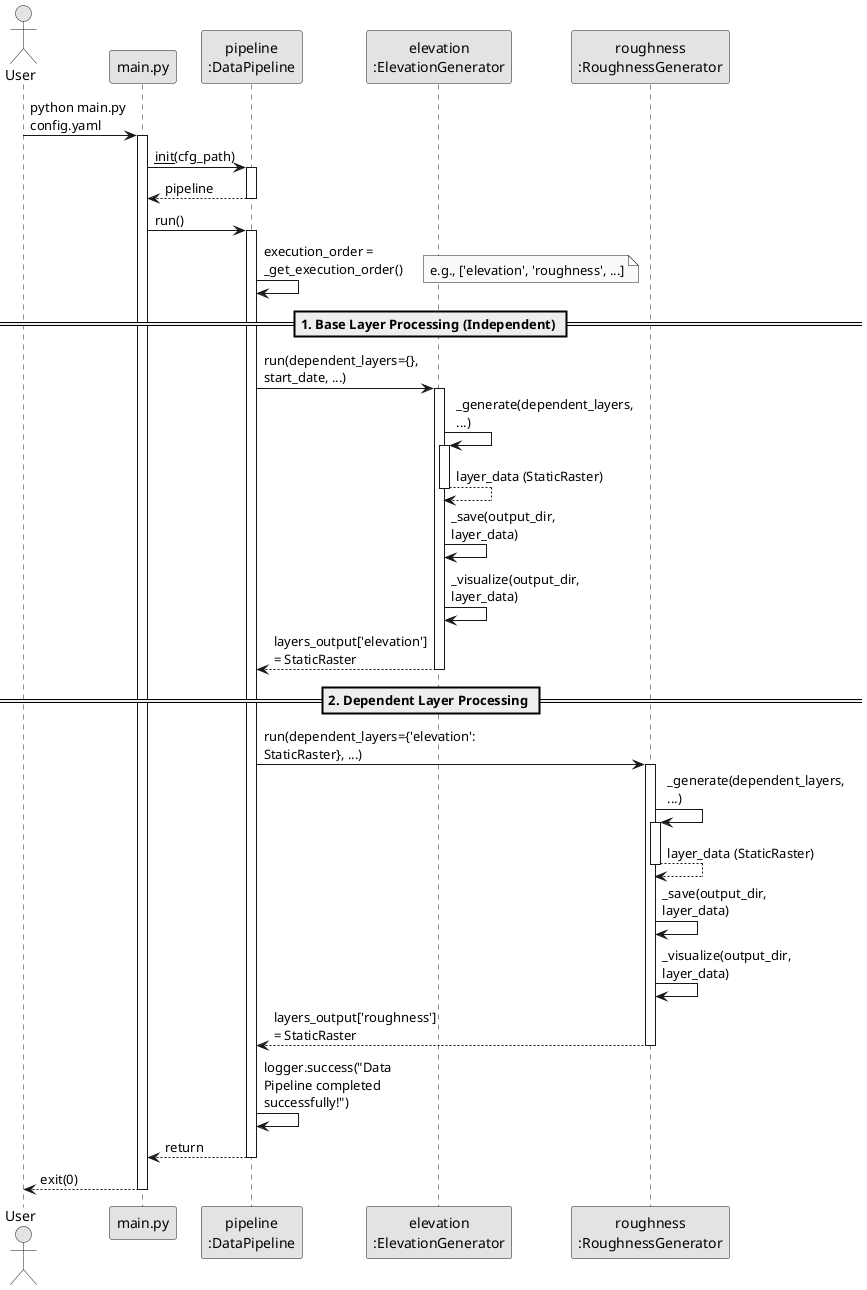
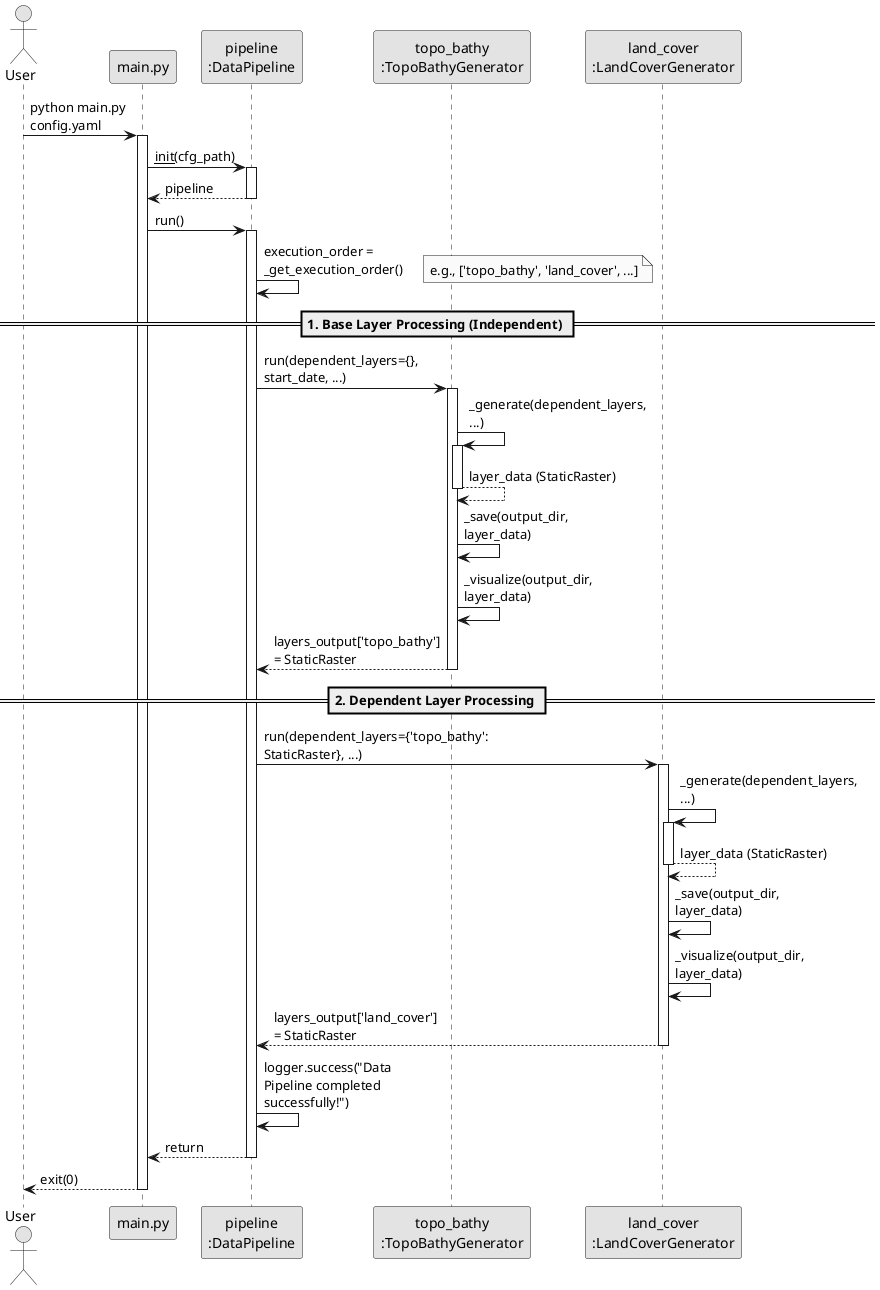
@startuml
' Configuration for a clean academic style
skinparam monochrome true
skinparam shadowing false
skinparam responseMessageBelowArrow true
skinparam maxMessageSize 150

actor User
participant "main.py" as Main
participant "pipeline\n:DataPipeline" as Pipeline
- participant "elevation\n:ElevationGenerator" as Elevation
- participant "roughness\n:RoughnessGenerator" as Roughness
+ participant "topo_bathy\n:TopoBathyGenerator" as TopoBathy
+ participant "land_cover\n:LandCoverGenerator" as LandCover

User -> Main : python main.py config.yaml
activate Main

Main -> Pipeline : __init__(cfg_path)
activate Pipeline
Pipeline --> Main : pipeline
deactivate Pipeline

Main -> Pipeline : run()
activate Pipeline

Pipeline -> Pipeline : execution_order = _get_execution_order()
- note right: e.g., ['elevation', 'roughness', ...]
+ note right: e.g., ['topo_bathy', 'land_cover', ...]

== 1. Base Layer Processing (Independent) ==
- Pipeline -> Elevation : run(dependent_layers={}, start_date, ...)
- activate Elevation
+ Pipeline -> TopoBathy : run(dependent_layers={}, start_date, ...)
+ activate TopoBathy

' The run() method from base.py calls its own abstract methods
- Elevation -> Elevation : _generate(dependent_layers, ...)
- activate Elevation
- Elevation --> Elevation : layer_data (StaticRaster)
- deactivate Elevation
+ TopoBathy -> TopoBathy : _generate(dependent_layers, ...)
+ activate TopoBathy
+ TopoBathy --> TopoBathy : layer_data (StaticRaster)
+ deactivate TopoBathy

- Elevation -> Elevation : _save(output_dir, layer_data)
- Elevation -> Elevation : _visualize(output_dir, layer_data)
+ TopoBathy -> TopoBathy : _save(output_dir, layer_data)
+ TopoBathy -> TopoBathy : _visualize(output_dir, layer_data)

- Elevation --> Pipeline : layers_output['elevation'] = StaticRaster
- deactivate Elevation
+ TopoBathy --> Pipeline : layers_output['topo_bathy'] = StaticRaster
+ deactivate TopoBathy

== 2. Dependent Layer Processing ==
- Pipeline -> Roughness : run(dependent_layers={'elevation': StaticRaster}, ...)
- activate Roughness
+ Pipeline -> LandCover : run(dependent_layers={'topo_bathy': StaticRaster}, ...)
+ activate LandCover

- Roughness -> Roughness : _generate(dependent_layers, ...)
- activate Roughness
- Roughness --> Roughness : layer_data (StaticRaster)
- deactivate Roughness
+ LandCover -> LandCover : _generate(dependent_layers, ...)
+ activate LandCover
+ LandCover --> LandCover : layer_data (StaticRaster)
+ deactivate LandCover

- Roughness -> Roughness : _save(output_dir, layer_data)
- Roughness -> Roughness : _visualize(output_dir, layer_data)
+ LandCover -> LandCover : _save(output_dir, layer_data)
+ LandCover -> LandCover : _visualize(output_dir, layer_data)

- Roughness --> Pipeline : layers_output['roughness'] = StaticRaster
- deactivate Roughness
+ LandCover --> Pipeline : layers_output['land_cover'] = StaticRaster
+ deactivate LandCover

' Execution End
Pipeline -> Pipeline : logger.success("Data Pipeline completed successfully!")
Pipeline --> Main : return
deactivate Pipeline

Main --> User : exit(0)
deactivate Main
@enduml